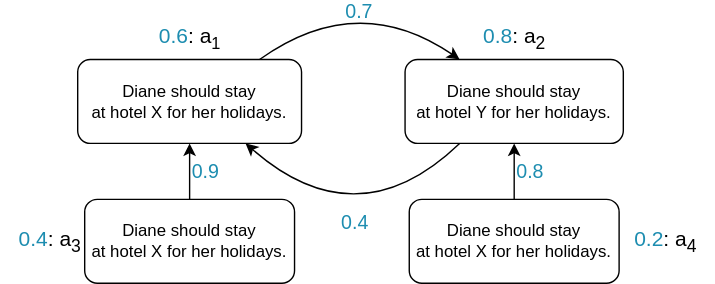
PietroTotis/XAI-Seminar keeps this draw.io diagram as img/pargs.svg. Above is the earlier version. Source tidied: cells renumbered, new cells last; positions are measured from the earlier drawing's top-left corner, leaving out a move shared by most shapes. Its diagram source:
```xml
<mxGraphModel>
  <root>
    <mxCell id="0" />
    <mxCell id="1" parent="0" />
    <mxCell id="2" value="Diane should stay&lt;br&gt;at hotel X for her holidays." style="rounded=1;whiteSpace=wrap;html=1;" parent="1" vertex="1">
      <mxGeometry x="55" y="50" width="160" height="60" as="geometry" />
    </mxCell>
    <mxCell id="3" value="&lt;font style=&quot;font-size: 14px;&quot;&gt;0.4&lt;/font&gt;" style="edgeStyle=none;curved=1;jettySize=auto;html=1;exitX=0.25;exitY=1;exitDx=0;exitDy=0;entryX=0.75;entryY=1;entryDx=0;entryDy=0;labelBackgroundColor=none;fontColor=#1D8DB0;fontSize=14;labelPosition=center;verticalLabelPosition=top;align=center;verticalAlign=bottom;" parent="1" edge="1" source="4" target="2">
      <mxGeometry relative="1" as="geometry">
        <Array as="points">
          <mxPoint x="255" y="180" />
        </Array>
      </mxGeometry>
    </mxCell>
    <mxCell id="4" value="Diane should stay&lt;br&gt;at hotel Y for her holidays." style="rounded=1;whiteSpace=wrap;html=1;" parent="1" vertex="1">
      <mxGeometry x="289" y="50" width="156" height="60" as="geometry" />
    </mxCell>
    <mxCell id="5" value="&lt;font style=&quot;font-size: 14px;&quot; color=&quot;#1D8DB0&quot;&gt;0.9&lt;/font&gt;" style="edgeStyle=orthogonalEdgeStyle;rounded=0;jettySize=auto;html=1;exitX=0.5;exitY=0;exitDx=0;exitDy=0;entryX=0.5;entryY=1;entryDx=0;entryDy=0;labelPosition=right;verticalLabelPosition=middle;align=left;verticalAlign=middle;fontSize=14;labelBackgroundColor=none;" parent="1" edge="1" source="6" target="2">
      <mxGeometry relative="1" as="geometry" />
    </mxCell>
    <mxCell id="6" value="Diane should stay&lt;br&gt;at hotel X for her holidays." style="rounded=1;whiteSpace=wrap;html=1;" parent="1" vertex="1">
      <mxGeometry x="60" y="150" width="150" height="60" as="geometry" />
    </mxCell>
    <mxCell id="7" value="&lt;font style=&quot;font-size: 14px;&quot; color=&quot;#1D8DB0&quot;&gt;0.8&lt;/font&gt;" style="edgeStyle=orthogonalEdgeStyle;rounded=0;jettySize=auto;html=1;exitX=0.5;exitY=0;exitDx=0;exitDy=0;entryX=0.5;entryY=1;entryDx=0;entryDy=0;labelPosition=right;verticalLabelPosition=middle;align=left;verticalAlign=middle;labelBackgroundColor=none;" parent="1" edge="1" source="8" target="4">
      <mxGeometry relative="1" as="geometry" />
    </mxCell>
    <mxCell id="8" value="Diane should stay&lt;br&gt;at hotel X for her holidays." style="rounded=1;whiteSpace=wrap;html=1;" parent="1" vertex="1">
      <mxGeometry x="292" y="150" width="150" height="60" as="geometry" />
    </mxCell>
    <mxCell id="9" value="&lt;font style=&quot;font-size: 14px;&quot; color=&quot;#1D8DB0&quot;&gt;0.7&lt;/font&gt;" style="endArrow=classic;html=1;entryX=0.25;entryY=0;entryDx=0;entryDy=0;curved=1;labelPosition=center;verticalLabelPosition=bottom;align=center;verticalAlign=top;labelBackgroundColor=none;" parent="1" edge="1" target="4">
      <mxGeometry relative="1" as="geometry">
        <mxPoint x="185" y="50" as="sourcePoint" />
        <Array as="points">
          <mxPoint x="255" />
        </Array>
      </mxGeometry>
    </mxCell>
    <mxCell id="10" value="&lt;font color=&quot;#1D8DB0&quot;&gt;0.6&lt;/font&gt;: a&lt;font style=&quot;font-size: 14px;&quot;&gt;&lt;sub style=&quot;&quot;&gt;1&lt;/sub&gt;&lt;/font&gt;" style="text;html=1;align=center;verticalAlign=middle;strokeColor=none;fillColor=none;fontSize=15;" parent="1" vertex="1">
      <mxGeometry x="100" y="20" width="70" height="30" as="geometry" />
    </mxCell>
    <mxCell id="11" value="&lt;font color=&quot;#1D8DB0&quot;&gt;0.8&lt;/font&gt;: a&lt;sub&gt;2&lt;/sub&gt;" style="text;html=1;align=center;verticalAlign=middle;strokeColor=none;fillColor=none;fontSize=15;" parent="1" vertex="1">
      <mxGeometry x="332" y="20" width="70" height="30" as="geometry" />
    </mxCell>
    <mxCell id="12" value="&lt;font color=&quot;#1D8DB0&quot;&gt;0.4&lt;/font&gt;: a&lt;sub&gt;3&lt;/sub&gt;" style="text;html=1;align=center;verticalAlign=middle;strokeColor=none;fillColor=none;fontSize=15;" parent="1" vertex="1">
      <mxGeometry y="165" width="70" height="30" as="geometry" />
    </mxCell>
    <mxCell id="13" value="&lt;font color=&quot;#1D8DB0&quot;&gt;0.2&lt;/font&gt;: a&lt;sub&gt;4&lt;/sub&gt;" style="text;html=1;align=center;verticalAlign=middle;strokeColor=none;fillColor=none;fontSize=15;" parent="1" vertex="1">
      <mxGeometry x="440" y="165" width="70" height="30" as="geometry" />
    </mxCell>
  </root>
</mxGraphModel>
```
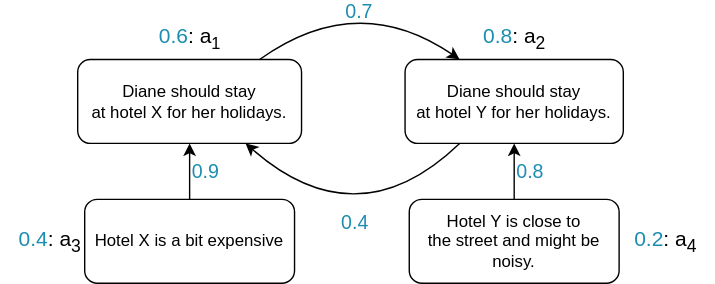
The same diagram one commit later.

Diff of the diagram source:
```diff
@@ -18,13 +18,13 @@
     <mxCell id="5" value="&lt;font style=&quot;font-size: 14px;&quot; color=&quot;#1D8DB0&quot;&gt;0.9&lt;/font&gt;" style="edgeStyle=orthogonalEdgeStyle;rounded=0;jettySize=auto;html=1;exitX=0.5;exitY=0;exitDx=0;exitDy=0;entryX=0.5;entryY=1;entryDx=0;entryDy=0;labelPosition=right;verticalLabelPosition=middle;align=left;verticalAlign=middle;fontSize=14;labelBackgroundColor=none;" parent="1" edge="1" source="6" target="2">
       <mxGeometry relative="1" as="geometry" />
     </mxCell>
-    <mxCell id="6" value="Diane should stay&lt;br&gt;at hotel X for her holidays." style="rounded=1;whiteSpace=wrap;html=1;" parent="1" vertex="1">
+    <mxCell id="6" value="Hotel X is a bit expensive" style="rounded=1;whiteSpace=wrap;html=1;" parent="1" vertex="1">
       <mxGeometry x="60" y="150" width="150" height="60" as="geometry" />
     </mxCell>
     <mxCell id="7" value="&lt;font style=&quot;font-size: 14px;&quot; color=&quot;#1D8DB0&quot;&gt;0.8&lt;/font&gt;" style="edgeStyle=orthogonalEdgeStyle;rounded=0;jettySize=auto;html=1;exitX=0.5;exitY=0;exitDx=0;exitDy=0;entryX=0.5;entryY=1;entryDx=0;entryDy=0;labelPosition=right;verticalLabelPosition=middle;align=left;verticalAlign=middle;labelBackgroundColor=none;" parent="1" edge="1" source="8" target="4">
       <mxGeometry relative="1" as="geometry" />
     </mxCell>
-    <mxCell id="8" value="Diane should stay&lt;br&gt;at hotel X for her holidays." style="rounded=1;whiteSpace=wrap;html=1;" parent="1" vertex="1">
+    <mxCell id="8" value="Hotel Y is close to&lt;br&gt;the street and might be noisy." style="rounded=1;whiteSpace=wrap;html=1;" parent="1" vertex="1">
       <mxGeometry x="292" y="150" width="150" height="60" as="geometry" />
     </mxCell>
     <mxCell id="9" value="&lt;font style=&quot;font-size: 14px;&quot; color=&quot;#1D8DB0&quot;&gt;0.7&lt;/font&gt;" style="endArrow=classic;html=1;entryX=0.25;entryY=0;entryDx=0;entryDy=0;curved=1;labelPosition=center;verticalLabelPosition=bottom;align=center;verticalAlign=top;labelBackgroundColor=none;" parent="1" edge="1" target="4">
```
